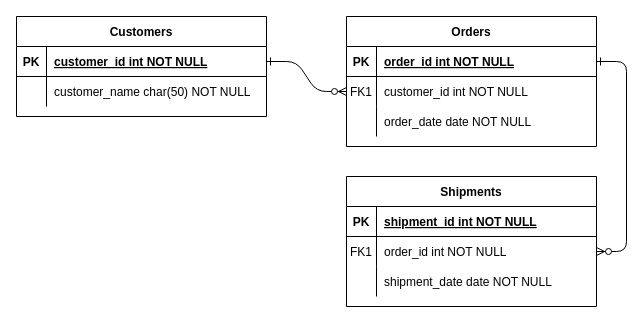
Before: LocalGuideApp.drawio in bhargav1997/Local-Guide-App-MVP, a draw.io diagram. Source tidied: cells renumbered, new cells numbered last; positions are measured from the earlier drawing's top-left corner, leaving out a move shared by most shapes. Both pictures are drawn from the tidied source at 100%, with x=0, y=0 at pixel (16, 16).
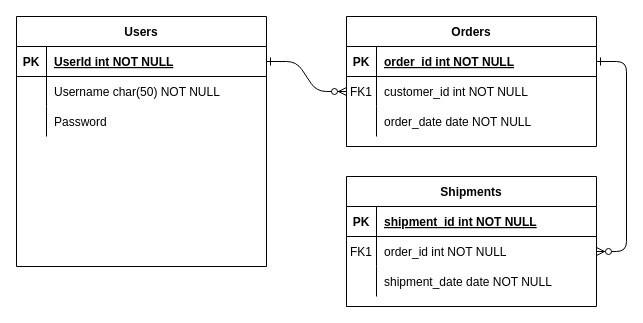
The same page after the edit.

Unchanged cells that the change refers to:
```xml
<mxCell id="25" style="shape=partialRectangle;fillColor=none;points=[[0,0.5],[1,0.5]];portConstraint=eastwest;top=0;left=0;right=0;bottom=1;" parent="24" vertex="1">
  <mxGeometry y="30" width="250" height="30" as="geometry" />
</mxCell>
<mxCell id="28" style="shape=partialRectangle;fillColor=none;top=0;left=0;right=0;bottom=0;" parent="24" vertex="1">
  <mxGeometry y="60" width="250" height="30" as="geometry" />
</mxCell>
```

What changed in the source:
```diff
@@
-    <mxCell id="24" value="Customers" style="shape=table;startSize=30;childLayout=tableLayout;rowLines=0;fontStyle=1;align=center;" parent="1" vertex="1">
-      <mxGeometry width="250" height="100" as="geometry" />
+    <mxCell id="24" value="Users" style="shape=table;startSize=30;childLayout=tableLayout;rowLines=0;fontStyle=1;align=center;" parent="1" vertex="1">
+      <mxGeometry width="250" height="250" as="geometry" />
     </mxCell>
@@
-    <mxCell id="27" value="customer_id int NOT NULL " style="shape=partialRectangle;overflow=hidden;fillColor=none;top=0;left=0;bottom=0;right=0;align=left;spacingLeft=6;fontStyle=5;" parent="25" vertex="1">
+    <mxCell id="27" value="UserId int NOT NULL " style="shape=partialRectangle;overflow=hidden;fillColor=none;top=0;left=0;bottom=0;right=0;align=left;spacingLeft=6;fontStyle=5;" parent="25" vertex="1">
       <mxGeometry x="30" width="220" height="30" as="geometry" />
     </mxCell>
@@
-    <mxCell id="30" value="customer_name char(50) NOT NULL" style="shape=partialRectangle;overflow=hidden;fillColor=none;top=0;left=0;bottom=0;right=0;align=left;spacingLeft=6;" parent="28" vertex="1">
+    <mxCell id="30" value="Username char(50) NOT NULL" style="shape=partialRectangle;overflow=hidden;fillColor=none;top=0;left=0;bottom=0;right=0;align=left;spacingLeft=6;" parent="28" vertex="1">
       <mxGeometry x="30" width="220" height="30" as="geometry" />
     </mxCell>
+    <mxCell id="31" style="shape=tableRow;horizontal=0;startSize=0;swimlaneHead=0;swimlaneBody=0;fillColor=none;top=0;left=0;right=0;bottom=0;" parent="24" vertex="1">
+      <mxGeometry y="90" width="250" height="30" as="geometry" />
+    </mxCell>
+    <mxCell id="32" style="shape=partialRectangle;fillColor=none;top=0;left=0;bottom=0;right=0;overflow=hidden;" parent="31" vertex="1">
+      <mxGeometry width="30" height="30" as="geometry" />
+    </mxCell>
+    <mxCell id="33" value="Password" style="shape=partialRectangle;fillColor=none;top=0;left=0;bottom=0;right=0;align=left;spacingLeft=6;overflow=hidden;" parent="31" vertex="1">
+      <mxGeometry x="30" width="220" height="30" as="geometry" />
+    </mxCell>
+    <mxCell id="34" style="shape=partialRectangle;overflow=hidden;fillColor=none;top=0;left=0;bottom=0;right=0;" parent="1" vertex="1">
+      <mxGeometry y="90" width="30" height="30" as="geometry" />
+    </mxCell>
```
